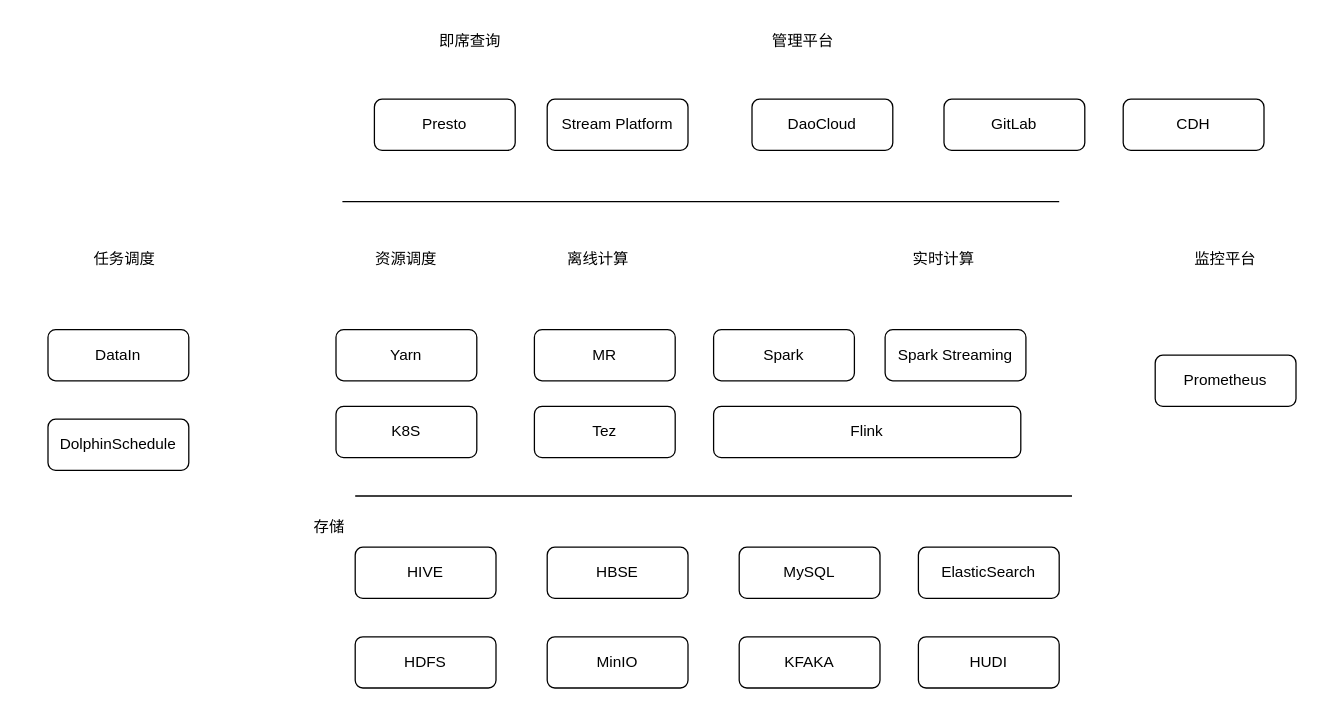
Above: techlab/flink 大图.drawio in qiufang1314/drawio (draw.io), before the change. Source tidied: cells renumbered, new cells numbered last; positions are measured from the earlier drawing's top-left corner, leaving out a move shared by most shapes. Both pictures are drawn from the tidied source at 128%, with x=0, y=0 at pixel (47, 22).
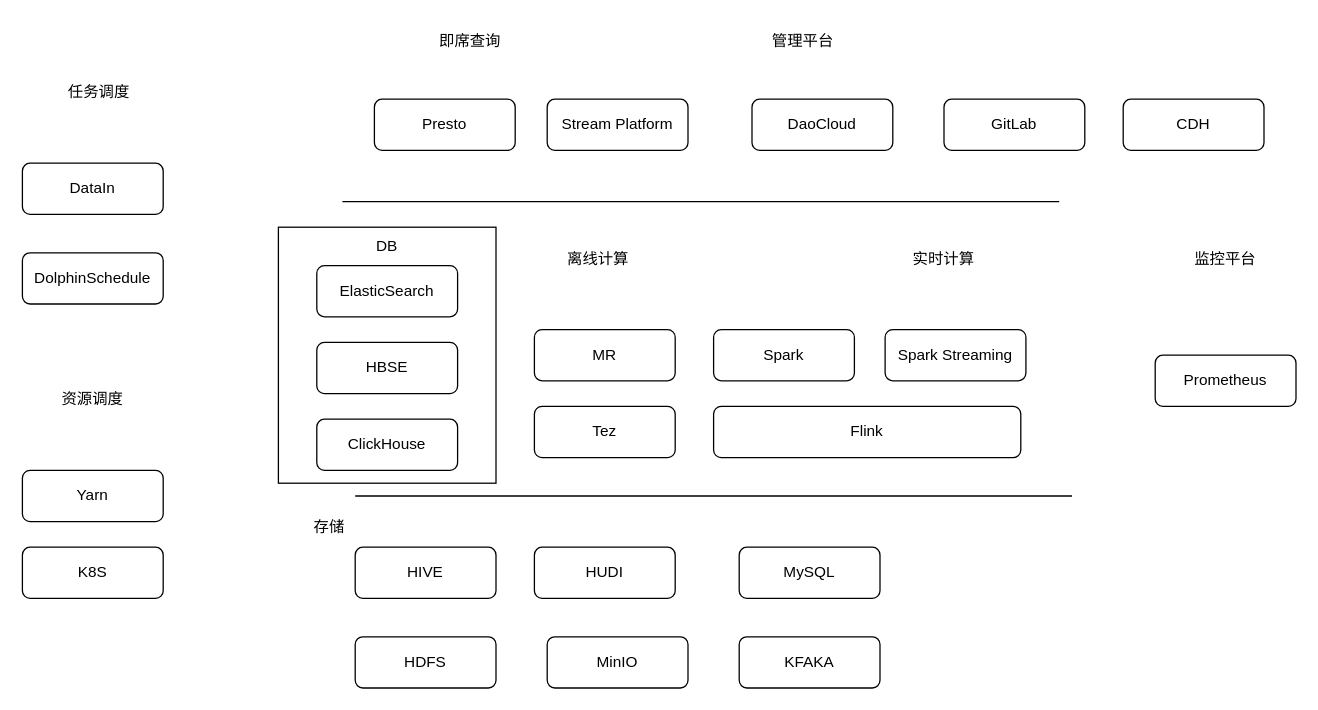
After the change.

What changed in the source:
```diff
@@
+    <mxCell id="35" style="rounded=0;whiteSpace=wrap;html=1;" parent="1" vertex="1">
+      <mxGeometry x="180" y="160" width="170" height="200" as="geometry" />
+    </mxCell>
@@
-    <mxCell id="6" value="HBSE" style="rounded=1;whiteSpace=wrap;html=1;" parent="1" vertex="1">
-      <mxGeometry x="390" y="410" width="110" height="40" as="geometry" />
-    </mxCell>
@@
     <mxCell id="19" value="HUDI" style="rounded=1;whiteSpace=wrap;html=1;" parent="1" vertex="1">
-      <mxGeometry x="680" y="480" width="110" height="40" as="geometry" />
+      <mxGeometry x="380" y="410" width="110" height="40" as="geometry" />
     </mxCell>
     <mxCell id="20" value="资源调度" style="text;html=1;strokeColor=none;fillColor=none;align=center;verticalAlign=middle;whiteSpace=wrap;rounded=0;" parent="1" vertex="1">
-      <mxGeometry x="250" y="170" width="60" height="30" as="geometry" />
+      <mxGeometry x="5" y="280" width="60" height="30" as="geometry" />
     </mxCell>
     <mxCell id="21" value="Yarn" style="rounded=1;whiteSpace=wrap;html=1;" parent="1" vertex="1">
-      <mxGeometry x="225" y="240" width="110" height="40" as="geometry" />
+      <mxGeometry x="-20" y="350" width="110" height="40" as="geometry" />
     </mxCell>
     <mxCell id="22" value="K8S" style="rounded=1;whiteSpace=wrap;html=1;" parent="1" vertex="1">
-      <mxGeometry x="225" y="300" width="110" height="40" as="geometry" />
+      <mxGeometry x="-20" y="410" width="110" height="40" as="geometry" />
     </mxCell>
@@
     <mxCell id="25" value="任务调度" style="text;html=1;strokeColor=none;fillColor=none;align=center;verticalAlign=middle;whiteSpace=wrap;rounded=0;" parent="1" vertex="1">
-      <mxGeometry x="30" y="170" width="60" height="30" as="geometry" />
+      <mxGeometry x="10" y="40" width="60" height="30" as="geometry" />
     </mxCell>
     <mxCell id="26" value="DataIn" style="rounded=1;whiteSpace=wrap;html=1;" parent="1" vertex="1">
-      <mxGeometry y="240" width="110" height="40" as="geometry" />
+      <mxGeometry x="-20" y="110" width="110" height="40" as="geometry" />
     </mxCell>
     <mxCell id="27" value="DolphinSchedule" style="rounded=1;whiteSpace=wrap;html=1;" parent="1" vertex="1">
-      <mxGeometry y="310" width="110" height="40" as="geometry" />
+      <mxGeometry x="-20" y="180" width="110" height="40" as="geometry" />
     </mxCell>
@@
+    <mxCell id="34" value="CDH" style="rounded=1;whiteSpace=wrap;html=1;" parent="1" vertex="1">
+      <mxGeometry x="840" y="60" width="110" height="40" as="geometry" />
+    </mxCell>
     <mxCell id="33" value="ElasticSearch" style="rounded=1;whiteSpace=wrap;html=1;" parent="1" vertex="1">
-      <mxGeometry x="680" y="410" width="110" height="40" as="geometry" />
+      <mxGeometry x="210" y="190" width="110" height="40" as="geometry" />
     </mxCell>
-    <mxCell id="34" value="CDH" style="rounded=1;whiteSpace=wrap;html=1;" parent="1" vertex="1">
-      <mxGeometry x="840" y="60" width="110" height="40" as="geometry" />
-    </mxCell>
+    <mxCell id="6" value="HBSE" style="rounded=1;whiteSpace=wrap;html=1;" parent="1" vertex="1">
+      <mxGeometry x="210" y="250" width="110" height="40" as="geometry" />
+    </mxCell>
+    <mxCell id="36" value="ClickHouse" style="rounded=1;whiteSpace=wrap;html=1;" parent="1" vertex="1">
+      <mxGeometry x="210" y="310" width="110" height="40" as="geometry" />
+    </mxCell>
+    <mxCell id="37" value="DB" style="text;html=1;strokeColor=none;fillColor=none;align=center;verticalAlign=middle;whiteSpace=wrap;rounded=0;" parent="1" vertex="1">
+      <mxGeometry x="235" y="160" width="60" height="30" as="geometry" />
+    </mxCell>
```
